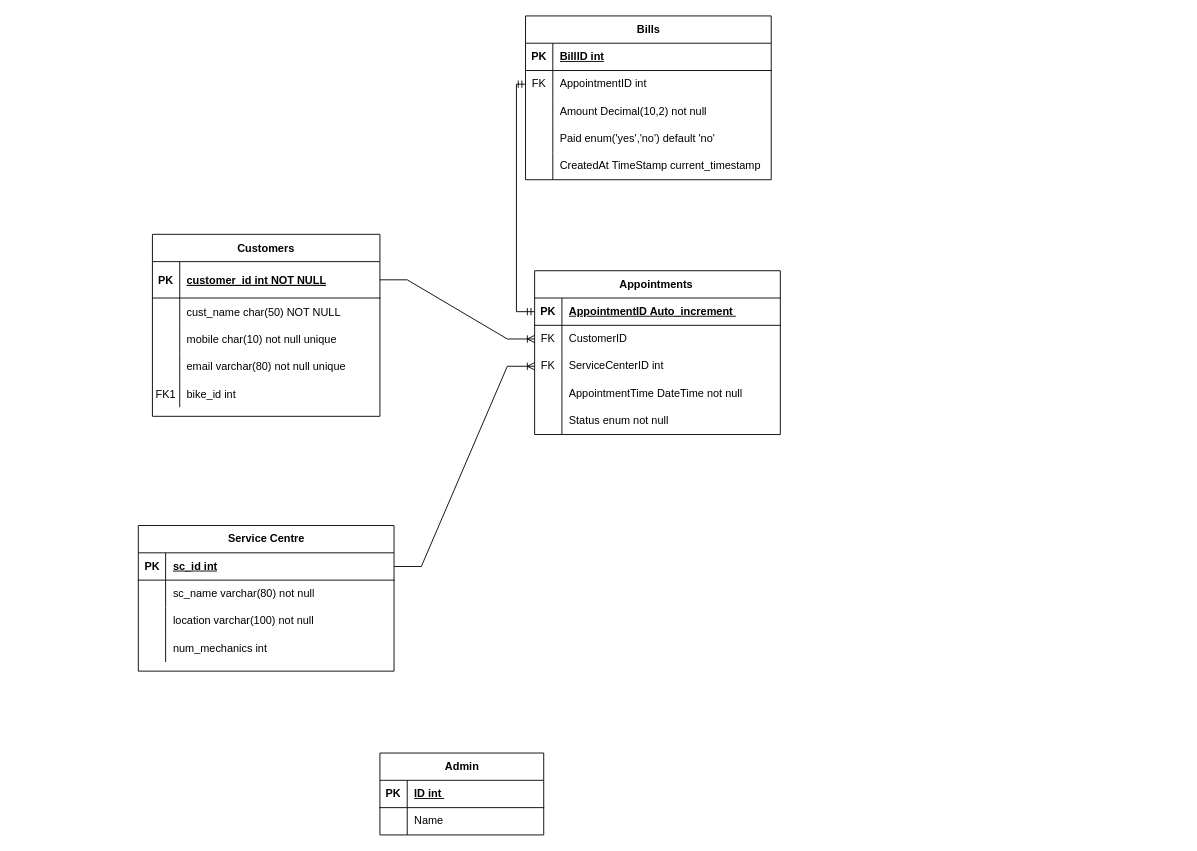
Before: bikedoc.drawio in abhihksd/Bike-Doctor, a draw.io diagram. Source tidied: cells renumbered, new cells numbered last; positions are measured from the earlier drawing's top-left corner, leaving out a move shared by most shapes. Both pictures are drawn from the tidied source at 91%, with x=0, y=0 at pixel (137, 15).
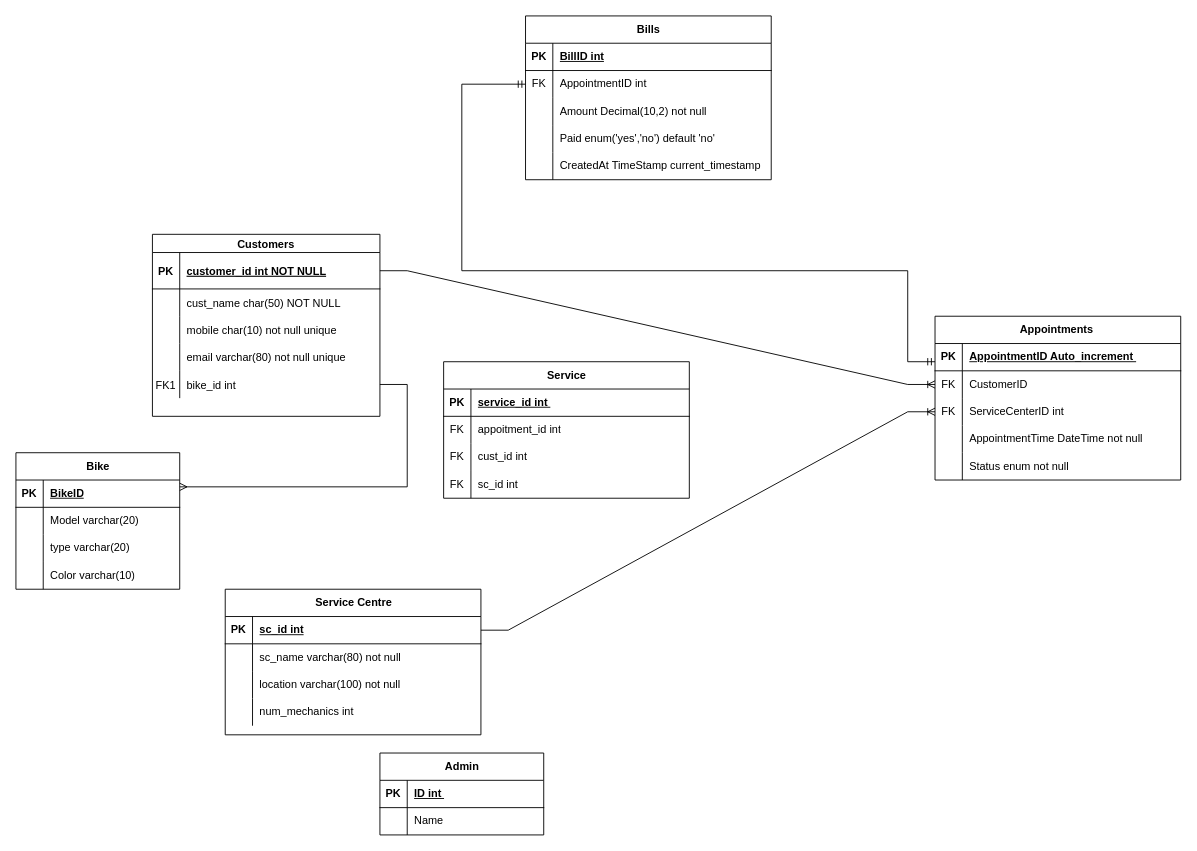
The same page after the edit.

The change refers to these unchanged cells:
```xml
<mxCell id="39" style="shape=tableRow;horizontal=0;startSize=0;swimlaneHead=0;swimlaneBody=0;fillColor=none;points=[[0,0.5],[1,0.5]];portConstraint=eastwest;top=0;left=0;right=0;bottom=1;" parent="38" vertex="1">
  <mxGeometry y="30" width="270" height="30" as="geometry" />
</mxCell>
<mxCell id="60" style="shape=tableRow;horizontal=0;startSize=0;swimlaneHead=0;swimlaneBody=0;fillColor=none;points=[[0,0.5],[1,0.5]];portConstraint=eastwest;top=0;left=0;right=0;bottom=0;" parent="56" vertex="1">
  <mxGeometry y="60" width="270" height="30" as="geometry" />
</mxCell>
```

The edit, as a diff of the source:
```diff
@@
-    <mxCell id="2" value="Customers" style="shape=table;startSize=30;childLayout=tableLayout;rowLines=0;fontStyle=1;align=center;" parent="1" vertex="1">
+    <mxCell id="2" value="Customers" style="shape=table;startSize=20;childLayout=tableLayout;rowLines=0;fontStyle=1;align=center;" parent="1" vertex="1">
       <mxGeometry x="16" y="240" width="250" height="200" as="geometry" />
     </mxCell>
     <mxCell id="3" style="shape=partialRectangle;fillColor=none;points=[[0,0.5],[1,0.5]];portConstraint=eastwest;top=0;left=0;right=0;bottom=1;" parent="2" vertex="1">
-      <mxGeometry y="30" width="250" height="40" as="geometry" />
+      <mxGeometry y="20" width="250" height="40" as="geometry" />
     </mxCell>
@@
     <mxCell id="6" style="shape=partialRectangle;fillColor=none;top=0;left=0;right=0;bottom=0;" parent="2" vertex="1">
-      <mxGeometry y="70" width="250" height="30" as="geometry" />
+      <mxGeometry y="60" width="250" height="30" as="geometry" />
     </mxCell>
@@
     <mxCell id="9" style="shape=partialRectangle;fillColor=none;top=0;left=0;right=0;bottom=0;" parent="2" vertex="1">
-      <mxGeometry y="100" width="250" height="30" as="geometry" />
+      <mxGeometry y="90" width="250" height="30" as="geometry" />
     </mxCell>
@@
     <mxCell id="12" style="shape=partialRectangle;fillColor=none;top=0;left=0;right=0;bottom=0;" parent="2" vertex="1">
-      <mxGeometry y="130" width="250" height="30" as="geometry" />
+      <mxGeometry y="120" width="250" height="30" as="geometry" />
     </mxCell>
@@
     <mxCell id="15" style="shape=partialRectangle;fillColor=none;points=[[0,0.5],[1,0.5]];portConstraint=eastwest;top=0;left=0;right=0;bottom=0;" parent="2" vertex="1">
-      <mxGeometry y="160" width="250" height="30" as="geometry" />
+      <mxGeometry y="150" width="250" height="30" as="geometry" />
     </mxCell>
@@
     <mxCell id="18" value="Service Centre" style="shape=table;startSize=30;childLayout=tableLayout;rowLines=0;fontStyle=1;align=center;html=1;" parent="1" vertex="1">
-      <mxGeometry x="0.5" y="560" width="281" height="160" as="geometry" />
+      <mxGeometry x="96" y="630" width="281" height="160" as="geometry" />
     </mxCell>
@@
     <mxCell id="38" value="Appointments&amp;nbsp;" style="shape=table;startSize=30;childLayout=tableLayout;rowLines=0;fontStyle=1;align=center;html=1;" parent="1" vertex="1">
-      <mxGeometry x="436" y="280" width="270" height="180" as="geometry" />
+      <mxGeometry x="876" y="330" width="270" height="180" as="geometry" />
     </mxCell>
@@
-    <mxCell id="72" style="fontSize=12;html=1;endArrow=ERmandOne;startArrow=ERmandOne;rounded=0;entryX=0;entryY=0.5;entryDx=0;entryDy=0;exitX=0;exitY=0.5;exitDx=0;exitDy=0;elbow=vertical;edgeStyle=orthogonalEdgeStyle;" parent="1" edge="1" source="39" target="60">
-      <mxGeometry relative="1" as="geometry" />
+    <mxCell id="72" style="fontSize=12;html=1;endArrow=ERmandOne;startArrow=ERmandOne;rounded=0;entryX=0;entryY=0.5;entryDx=0;entryDy=0;exitX=0;exitY=0.5;exitDx=0;exitDy=0;elbow=vertical;edgeStyle=orthogonalEdgeStyle;" parent="1" edge="1">
+      <mxGeometry relative="1" as="geometry">
+        <mxPoint x="876" y="380" as="sourcePoint" />
+        <mxPoint x="426" y="75" as="targetPoint" />
+        <Array as="points">
+          <mxPoint x="846" y="380" />
+          <mxPoint x="846" y="280" />
+          <mxPoint x="356" y="280" />
+          <mxPoint x="356" y="75" />
+        </Array>
+      </mxGeometry>
     </mxCell>
+    <mxCell id="73" value="Bike" style="shape=table;startSize=30;childLayout=tableLayout;rowLines=0;fontStyle=1;align=center;html=1;" parent="1" vertex="1">
+      <mxGeometry x="-134" y="480" width="180" height="150" as="geometry" />
+    </mxCell>
+    <mxCell id="74" style="shape=tableRow;horizontal=0;startSize=0;swimlaneHead=0;swimlaneBody=0;fillColor=none;top=0;left=0;right=0;bottom=1;" parent="73" vertex="1">
+      <mxGeometry y="30" width="180" height="30" as="geometry" />
+    </mxCell>
+    <mxCell id="75" value="PK" style="shape=partialRectangle;fillColor=none;top=0;left=0;bottom=0;right=0;fontStyle=1;overflow=hidden;whiteSpace=wrap;html=1;" parent="74" vertex="1">
+      <mxGeometry width="30" height="30" as="geometry" />
+    </mxCell>
+    <mxCell id="76" value="BikeID" style="shape=partialRectangle;fillColor=none;top=0;left=0;bottom=0;right=0;align=left;spacingLeft=6;fontStyle=5;overflow=hidden;whiteSpace=wrap;html=1;" parent="74" vertex="1">
+      <mxGeometry x="30" width="150" height="30" as="geometry" />
+    </mxCell>
+    <mxCell id="77" style="shape=tableRow;horizontal=0;startSize=0;swimlaneHead=0;swimlaneBody=0;fillColor=none;top=0;left=0;right=0;bottom=0;" parent="73" vertex="1">
+      <mxGeometry y="60" width="180" height="30" as="geometry" />
+    </mxCell>
+    <mxCell id="78" style="shape=partialRectangle;fillColor=none;top=0;left=0;bottom=0;right=0;overflow=hidden;whiteSpace=wrap;html=1;" parent="77" vertex="1">
+      <mxGeometry width="30" height="30" as="geometry" />
+    </mxCell>
+    <mxCell id="79" value="Model varchar(20)" style="shape=partialRectangle;fillColor=none;top=0;left=0;bottom=0;right=0;align=left;spacingLeft=6;overflow=hidden;whiteSpace=wrap;html=1;" parent="77" vertex="1">
+      <mxGeometry x="30" width="150" height="30" as="geometry" />
+    </mxCell>
+    <mxCell id="80" style="shape=tableRow;horizontal=0;startSize=0;swimlaneHead=0;swimlaneBody=0;fillColor=none;top=0;left=0;right=0;bottom=0;" parent="73" vertex="1">
+      <mxGeometry y="90" width="180" height="30" as="geometry" />
+    </mxCell>
+    <mxCell id="81" style="shape=partialRectangle;fillColor=none;top=0;left=0;bottom=0;right=0;overflow=hidden;whiteSpace=wrap;html=1;" parent="80" vertex="1">
+      <mxGeometry width="30" height="30" as="geometry" />
+    </mxCell>
+    <mxCell id="82" value="type varchar(20)" style="shape=partialRectangle;fillColor=none;top=0;left=0;bottom=0;right=0;align=left;spacingLeft=6;overflow=hidden;whiteSpace=wrap;html=1;" parent="80" vertex="1">
+      <mxGeometry x="30" width="150" height="30" as="geometry" />
+    </mxCell>
+    <mxCell id="83" style="shape=tableRow;horizontal=0;startSize=0;swimlaneHead=0;swimlaneBody=0;fillColor=none;top=0;left=0;right=0;bottom=0;" parent="73" vertex="1">
+      <mxGeometry y="120" width="180" height="30" as="geometry" />
+    </mxCell>
+    <mxCell id="84" style="shape=partialRectangle;fillColor=none;top=0;left=0;bottom=0;right=0;overflow=hidden;whiteSpace=wrap;html=1;" parent="83" vertex="1">
+      <mxGeometry width="30" height="30" as="geometry" />
+    </mxCell>
+    <mxCell id="85" value="Color varchar(10)" style="shape=partialRectangle;fillColor=none;top=0;left=0;bottom=0;right=0;align=left;spacingLeft=6;overflow=hidden;whiteSpace=wrap;html=1;" parent="83" vertex="1">
+      <mxGeometry x="30" width="150" height="30" as="geometry" />
+    </mxCell>
+    <mxCell id="86" style="edgeStyle=entityRelationEdgeStyle;fontSize=12;html=1;endArrow=ERmany;rounded=0;entryX=1;entryY=0.25;entryDx=0;entryDy=0;" parent="1" edge="1" source="15" target="73">
+      <mxGeometry relative="1" as="geometry" />
+    </mxCell>
+    <mxCell id="87" value="Service" style="shape=table;startSize=30;childLayout=tableLayout;rowLines=0;fontStyle=1;align=center;html=1;" parent="1" vertex="1">
+      <mxGeometry x="336" y="380" width="270" height="150" as="geometry" />
+    </mxCell>
+    <mxCell id="88" style="shape=tableRow;horizontal=0;startSize=0;swimlaneHead=0;swimlaneBody=0;fillColor=none;top=0;left=0;right=0;bottom=1;" parent="87" vertex="1">
+      <mxGeometry y="30" width="270" height="30" as="geometry" />
+    </mxCell>
+    <mxCell id="89" value="PK" style="shape=partialRectangle;fillColor=none;top=0;left=0;bottom=0;right=0;fontStyle=1;overflow=hidden;whiteSpace=wrap;html=1;" parent="88" vertex="1">
+      <mxGeometry width="30" height="30" as="geometry" />
+    </mxCell>
+    <mxCell id="90" value="service_id int&amp;nbsp;" style="shape=partialRectangle;fillColor=none;top=0;left=0;bottom=0;right=0;align=left;spacingLeft=6;fontStyle=5;overflow=hidden;whiteSpace=wrap;html=1;" parent="88" vertex="1">
+      <mxGeometry x="30" width="240" height="30" as="geometry" />
+    </mxCell>
+    <mxCell id="91" style="shape=tableRow;horizontal=0;startSize=0;swimlaneHead=0;swimlaneBody=0;fillColor=none;top=0;left=0;right=0;bottom=0;" parent="87" vertex="1">
+      <mxGeometry y="60" width="270" height="30" as="geometry" />
+    </mxCell>
+    <mxCell id="92" value="FK" style="shape=partialRectangle;fillColor=none;top=0;left=0;bottom=0;right=0;overflow=hidden;whiteSpace=wrap;html=1;" parent="91" vertex="1">
+      <mxGeometry width="30" height="30" as="geometry" />
+    </mxCell>
+    <mxCell id="93" value="appoitment_id int" style="shape=partialRectangle;fillColor=none;top=0;left=0;bottom=0;right=0;align=left;spacingLeft=6;overflow=hidden;whiteSpace=wrap;html=1;" parent="91" vertex="1">
+      <mxGeometry x="30" width="240" height="30" as="geometry" />
+    </mxCell>
+    <mxCell id="94" style="shape=tableRow;horizontal=0;startSize=0;swimlaneHead=0;swimlaneBody=0;fillColor=none;top=0;left=0;right=0;bottom=0;" parent="87" vertex="1">
+      <mxGeometry y="90" width="270" height="30" as="geometry" />
+    </mxCell>
+    <mxCell id="95" value="FK" style="shape=partialRectangle;fillColor=none;top=0;left=0;bottom=0;right=0;overflow=hidden;whiteSpace=wrap;html=1;" parent="94" vertex="1">
+      <mxGeometry width="30" height="30" as="geometry" />
+    </mxCell>
+    <mxCell id="96" value="cust_id int&amp;nbsp;" style="shape=partialRectangle;fillColor=none;top=0;left=0;bottom=0;right=0;align=left;spacingLeft=6;overflow=hidden;whiteSpace=wrap;html=1;" parent="94" vertex="1">
+      <mxGeometry x="30" width="240" height="30" as="geometry" />
+    </mxCell>
+    <mxCell id="97" style="shape=tableRow;horizontal=0;startSize=0;swimlaneHead=0;swimlaneBody=0;fillColor=none;top=0;left=0;right=0;bottom=0;" parent="87" vertex="1">
+      <mxGeometry y="120" width="270" height="30" as="geometry" />
+    </mxCell>
+    <mxCell id="98" value="FK" style="shape=partialRectangle;fillColor=none;top=0;left=0;bottom=0;right=0;overflow=hidden;whiteSpace=wrap;html=1;" parent="97" vertex="1">
+      <mxGeometry width="30" height="30" as="geometry" />
+    </mxCell>
+    <mxCell id="99" value="sc_id int&amp;nbsp;" style="shape=partialRectangle;fillColor=none;top=0;left=0;bottom=0;right=0;align=left;spacingLeft=6;overflow=hidden;whiteSpace=wrap;html=1;" parent="97" vertex="1">
+      <mxGeometry x="30" width="240" height="30" as="geometry" />
+    </mxCell>
```
